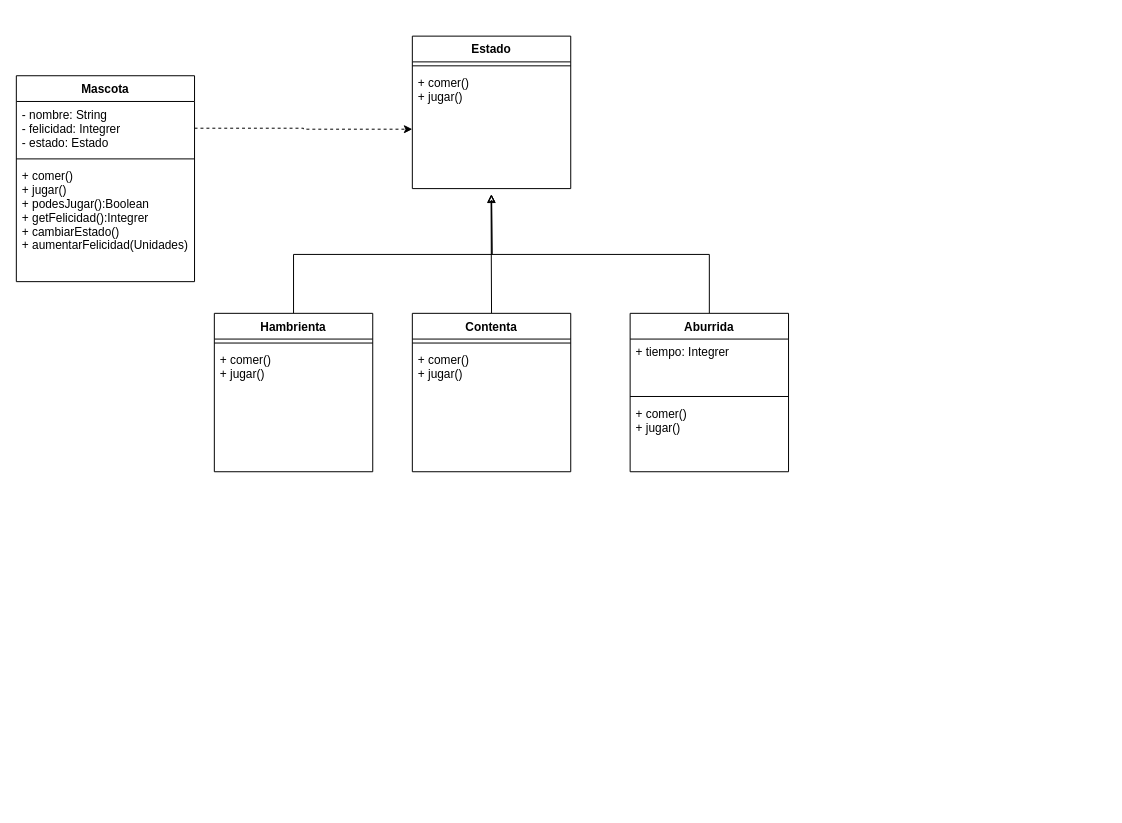
Ejercicios-Desarrollo/Tamagotchi keeps this draw.io diagram as Diagrama de Clases.drawio. Above is the earlier version. Source tidied: cells renumbered, new cells numbered last; positions are measured from the earlier drawing's top-left corner, leaving out a move shared by most shapes. Both pictures are drawn from the tidied source at 99%, with x=0, y=0 at pixel (16, 36).
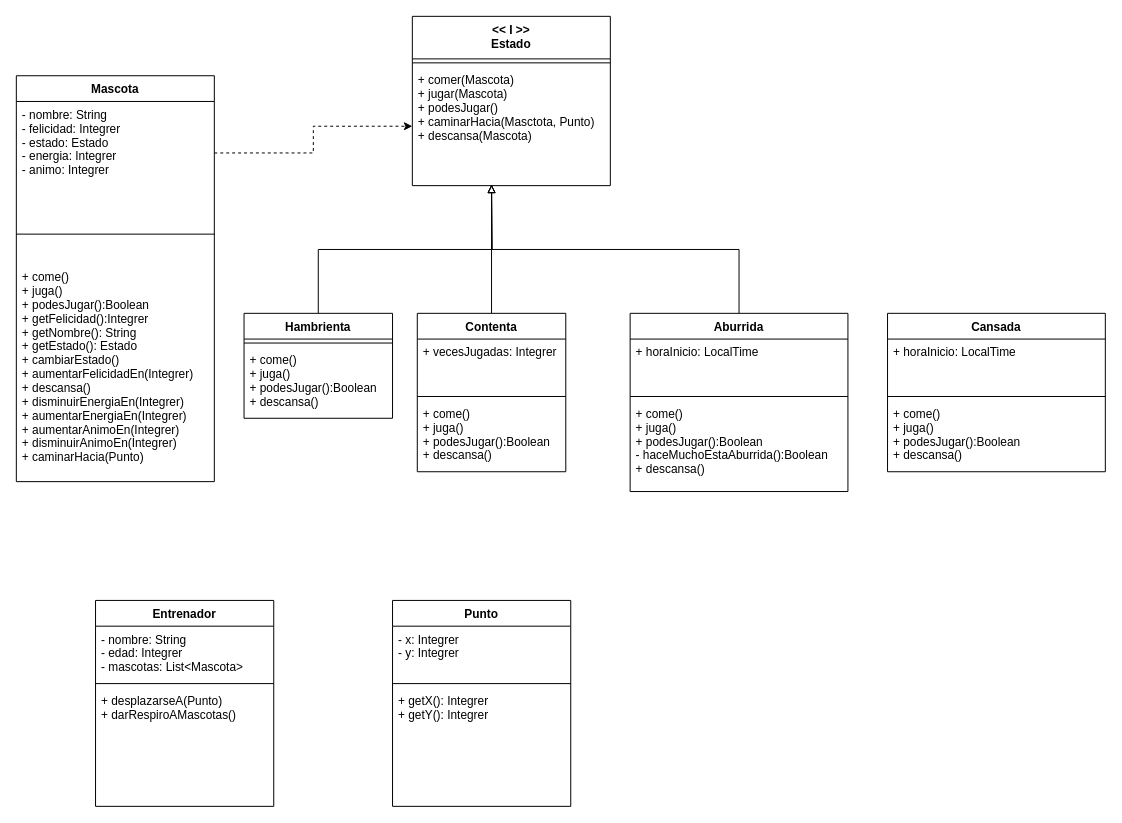
After the change.

The edit, as a diff of the source:
```diff
@@
     <mxCell id="3" value="Mascota" style="swimlane;fontStyle=1;align=center;verticalAlign=top;horizontal=1;startSize=26;" parent="1" vertex="1">
-      <mxGeometry y="40" width="180" height="208" as="geometry" />
+      <mxGeometry y="40" width="200" height="410" as="geometry" />
     </mxCell>
-    <mxCell id="4" value="- nombre: String&#10;- felicidad: Integrer&#10;- estado: Estado" style="text;strokeColor=none;fillColor=none;align=left;verticalAlign=top;spacingLeft=4;spacingRight=4;overflow=hidden;points=[[0,0.5],[1,0.5]];portConstraint=eastwest;" parent="3" vertex="1">
-      <mxGeometry y="26" width="180" height="54" as="geometry" />
+    <mxCell id="4" value="- nombre: String&#10;- felicidad: Integrer&#10;- estado: Estado&#10;- energia: Integrer&#10;- animo: Integrer" style="text;strokeColor=none;fillColor=none;align=left;verticalAlign=top;spacingLeft=4;spacingRight=4;overflow=hidden;points=[[0,0.5],[1,0.5]];portConstraint=eastwest;" parent="3" vertex="1">
+      <mxGeometry y="26" width="200" height="104" as="geometry" />
     </mxCell>
     <mxCell id="5" style="line;strokeWidth=1;fillColor=none;align=left;verticalAlign=middle;spacingTop=-1;spacingLeft=3;spacingRight=3;labelPosition=right;" parent="3" vertex="1">
-      <mxGeometry y="80" width="180" height="8" as="geometry" />
+      <mxGeometry y="130" width="200" height="60" as="geometry" />
     </mxCell>
-    <mxCell id="6" value="+ comer()&#10;+ jugar()&#10;+ podesJugar():Boolean&#10;+ getFelicidad():Integrer&#10;+ cambiarEstado()&#10;+ aumentarFelicidad(Unidades)" style="text;strokeColor=none;fillColor=none;align=left;verticalAlign=top;spacingLeft=4;spacingRight=4;overflow=hidden;" parent="3" vertex="1">
-      <mxGeometry y="88" width="180" height="120" as="geometry" />
+    <mxCell id="6" value="+ come()&#10;+ juga()&#10;+ podesJugar():Boolean&#10;+ getFelicidad():Integrer&#10;+ getNombre(): String&#10;+ getEstado(): Estado&#10;+ cambiarEstado()&#10;+ aumentarFelicidadEn(Integrer)&#10;+ descansa()&#10;+ disminuirEnergiaEn(Integrer)&#10;+ aumentarEnergiaEn(Integrer)&#10;+ aumentarAnimoEn(Integrer)&#10;+ disminuirAnimoEn(Integrer)&#10;+ caminarHacia(Punto)&#10;" style="text;strokeColor=none;fillColor=none;align=left;verticalAlign=top;spacingLeft=4;spacingRight=4;overflow=hidden;" parent="3" vertex="1">
+      <mxGeometry y="190" width="200" height="220" as="geometry" />
     </mxCell>
-    <mxCell id="7" value="Estado" style="swimlane;fontStyle=1;align=center;verticalAlign=top;horizontal=1;startSize=26;" parent="1" vertex="1">
-      <mxGeometry x="400" width="160" height="154" as="geometry" />
-    </mxCell>
-    <mxCell id="8" style="line;strokeWidth=1;fillColor=none;align=left;verticalAlign=middle;spacingTop=-1;spacingLeft=3;spacingRight=3;labelPosition=right;" parent="7" vertex="1">
-      <mxGeometry y="26" width="160" height="8" as="geometry" />
-    </mxCell>
-    <mxCell id="9" value="+ comer()&#10;+ jugar()" style="text;strokeColor=none;fillColor=none;align=left;verticalAlign=top;spacingLeft=4;spacingRight=4;overflow=hidden;points=[[0,0.5],[1,0.5]];portConstraint=eastwest;" parent="7" vertex="1">
-      <mxGeometry y="34" width="160" height="120" as="geometry" />
-    </mxCell>
-    <mxCell id="10" style="edgeStyle=orthogonalEdgeStyle;rounded=0;jettySize=auto;html=1;exitX=0.5;exitY=0;exitDx=0;exitDy=0;endArrow=block;endFill=0;" parent="1" edge="1" source="11">
-      <mxGeometry relative="1" as="geometry">
-        <mxPoint x="479.5" y="160" as="targetPoint" />
-      </mxGeometry>
-    </mxCell>
-    <mxCell id="11" value="Contenta" style="swimlane;fontStyle=1;align=center;verticalAlign=top;horizontal=1;startSize=26;" parent="1" vertex="1">
-      <mxGeometry x="400" y="280" width="160" height="160" as="geometry" />
-    </mxCell>
-    <mxCell id="12" style="line;strokeWidth=1;fillColor=none;align=left;verticalAlign=middle;spacingTop=-1;spacingLeft=3;spacingRight=3;labelPosition=right;" parent="11" vertex="1">
-      <mxGeometry y="26" width="160" height="8" as="geometry" />
-    </mxCell>
-    <mxCell id="13" value="+ comer()&#10;+ jugar()" style="text;strokeColor=none;fillColor=none;align=left;verticalAlign=top;spacingLeft=4;spacingRight=4;overflow=hidden;" parent="11" vertex="1">
-      <mxGeometry y="34" width="160" height="126" as="geometry" />
-    </mxCell>
-    <mxCell id="14" style="edgeStyle=orthogonalEdgeStyle;rounded=0;jettySize=auto;html=1;exitX=0.5;exitY=0;exitDx=0;exitDy=0;endArrow=classic;endFill=0;" parent="1" edge="1" source="15">
+    <mxCell id="14" style="edgeStyle=orthogonalEdgeStyle;rounded=0;jettySize=auto;html=1;endArrow=block;endFill=0;exitX=0.5;exitY=0;exitDx=0;exitDy=0;" parent="1" edge="1" source="15">
       <mxGeometry relative="1" as="geometry">
-        <mxPoint x="480" y="160" as="targetPoint" />
+        <mxPoint x="480" y="150" as="targetPoint" />
       </mxGeometry>
     </mxCell>
-    <mxCell id="15" value="Hambrienta" style="swimlane;fontStyle=1;align=center;verticalAlign=top;horizontal=1;startSize=26;" parent="1" vertex="1">
-      <mxGeometry x="200" y="280" width="160" height="160" as="geometry" />
-    </mxCell>
-    <mxCell id="16" style="line;strokeWidth=1;fillColor=none;align=left;verticalAlign=middle;spacingTop=-1;spacingLeft=3;spacingRight=3;labelPosition=right;" parent="15" vertex="1">
-      <mxGeometry y="26" width="160" height="8" as="geometry" />
-    </mxCell>
-    <mxCell id="17" value="+ comer()&#10;+ jugar()" style="text;strokeColor=none;fillColor=none;align=left;verticalAlign=top;spacingLeft=4;spacingRight=4;overflow=hidden;" parent="15" vertex="1">
-      <mxGeometry y="34" width="160" height="126" as="geometry" />
-    </mxCell>
-    <mxCell id="18" style="edgeStyle=orthogonalEdgeStyle;rounded=0;jettySize=auto;html=1;exitX=0.5;exitY=0;exitDx=0;exitDy=0;endArrow=classic;endFill=0;" parent="1" edge="1" source="19">
+    <mxCell id="18" style="edgeStyle=orthogonalEdgeStyle;rounded=0;jettySize=auto;html=1;exitX=0.5;exitY=0;exitDx=0;exitDy=0;endArrow=block;endFill=0;" parent="1" edge="1" source="19">
       <mxGeometry relative="1" as="geometry">
-        <mxPoint x="480" y="160" as="targetPoint" />
+        <mxPoint x="480" y="150" as="targetPoint" />
       </mxGeometry>
     </mxCell>
     <mxCell id="19" value="Aburrida" style="swimlane;fontStyle=1;align=center;verticalAlign=top;horizontal=1;startSize=26;" parent="1" vertex="1">
-      <mxGeometry x="620" y="280" width="160" height="160" as="geometry" />
+      <mxGeometry x="620" y="280" width="220" height="180" as="geometry" />
     </mxCell>
-    <mxCell id="20" value="+ tiempo: Integrer" style="text;strokeColor=none;fillColor=none;align=left;verticalAlign=top;spacingLeft=4;spacingRight=4;overflow=hidden;" parent="19" vertex="1">
-      <mxGeometry y="26" width="160" height="54" as="geometry" />
+    <mxCell id="20" value="+ horaInicio: LocalTime" style="text;strokeColor=none;fillColor=none;align=left;verticalAlign=top;spacingLeft=4;spacingRight=4;overflow=hidden;" parent="19" vertex="1">
+      <mxGeometry y="26" width="220" height="54" as="geometry" />
     </mxCell>
     <mxCell id="21" style="line;strokeWidth=1;fillColor=none;align=left;verticalAlign=middle;spacingTop=-1;spacingLeft=3;spacingRight=3;labelPosition=right;" parent="19" vertex="1">
-      <mxGeometry y="80" width="160" height="8" as="geometry" />
+      <mxGeometry y="80" width="220" height="8" as="geometry" />
     </mxCell>
-    <mxCell id="22" value="+ comer()&#10;+ jugar()" style="text;strokeColor=none;fillColor=none;align=left;verticalAlign=top;spacingLeft=4;spacingRight=4;overflow=hidden;" parent="19" vertex="1">
-      <mxGeometry y="88" width="160" height="72" as="geometry" />
+    <mxCell id="22" value="+ come()&#10;+ juga()&#10;+ podesJugar():Boolean&#10;- haceMuchoEstaAburrida():Boolean&#10;+ descansa()" style="text;strokeColor=none;fillColor=none;align=left;verticalAlign=top;spacingLeft=4;spacingRight=4;overflow=hidden;" parent="19" vertex="1">
+      <mxGeometry y="88" width="220" height="92" as="geometry" />
     </mxCell>
+    <mxCell id="23" value="Entrenador" style="swimlane;fontStyle=1;align=center;verticalAlign=top;horizontal=1;startSize=26;" parent="1" vertex="1">
+      <mxGeometry x="80" y="570" width="180" height="208" as="geometry" />
+    </mxCell>
+    <mxCell id="24" value="- nombre: String&#10;- edad: Integrer&#10;- mascotas: List&lt;Mascota&gt;" style="text;strokeColor=none;fillColor=none;align=left;verticalAlign=top;spacingLeft=4;spacingRight=4;overflow=hidden;" parent="23" vertex="1">
+      <mxGeometry y="26" width="180" height="54" as="geometry" />
+    </mxCell>
+    <mxCell id="25" style="line;strokeWidth=1;fillColor=none;align=left;verticalAlign=middle;spacingTop=-1;spacingLeft=3;spacingRight=3;labelPosition=right;" parent="23" vertex="1">
+      <mxGeometry y="80" width="180" height="8" as="geometry" />
+    </mxCell>
+    <mxCell id="26" value="+ desplazarseA(Punto)&#10;+ darRespiroAMascotas()" style="text;strokeColor=none;fillColor=none;align=left;verticalAlign=top;spacingLeft=4;spacingRight=4;overflow=hidden;" parent="23" vertex="1">
+      <mxGeometry y="88" width="180" height="120" as="geometry" />
+    </mxCell>
+    <mxCell id="27" value="Punto" style="swimlane;fontStyle=1;align=center;verticalAlign=top;horizontal=1;startSize=26;" parent="1" vertex="1">
+      <mxGeometry x="380" y="570" width="180" height="208" as="geometry" />
+    </mxCell>
+    <mxCell id="28" value="- x: Integrer&#10;- y: Integrer" style="text;strokeColor=none;fillColor=none;align=left;verticalAlign=top;spacingLeft=4;spacingRight=4;overflow=hidden;" parent="27" vertex="1">
+      <mxGeometry y="26" width="180" height="54" as="geometry" />
+    </mxCell>
+    <mxCell id="29" style="line;strokeWidth=1;fillColor=none;align=left;verticalAlign=middle;spacingTop=-1;spacingLeft=3;spacingRight=3;labelPosition=right;" parent="27" vertex="1">
+      <mxGeometry y="80" width="180" height="8" as="geometry" />
+    </mxCell>
+    <mxCell id="30" value="+ getX(): Integrer&#10;+ getY(): Integrer" style="text;strokeColor=none;fillColor=none;align=left;verticalAlign=top;spacingLeft=4;spacingRight=4;overflow=hidden;" parent="27" vertex="1">
+      <mxGeometry y="88" width="180" height="120" as="geometry" />
+    </mxCell>
+    <mxCell id="7" value="&lt;&lt; I &gt;&gt;&#10;Estado" style="swimlane;fontStyle=1;align=center;verticalAlign=top;horizontal=1;startSize=43;" parent="1" vertex="1">
+      <mxGeometry x="400" y="-20" width="200" height="171" as="geometry" />
+    </mxCell>
+    <mxCell id="8" style="line;strokeWidth=1;fillColor=none;align=left;verticalAlign=middle;spacingTop=-1;spacingLeft=3;spacingRight=3;labelPosition=right;" parent="7" vertex="1">
+      <mxGeometry y="43" width="200" height="8" as="geometry" />
+    </mxCell>
+    <mxCell id="9" value="+ comer(Mascota)&#10;+ jugar(Mascota)&#10;+ podesJugar()&#10;+ caminarHacia(Masctota, Punto)&#10;+ descansa(Mascota)" style="text;strokeColor=none;fillColor=none;align=left;verticalAlign=top;spacingLeft=4;spacingRight=4;overflow=hidden;points=[[0,0.5],[1,0.5]];portConstraint=eastwest;" parent="7" vertex="1">
+      <mxGeometry y="51" width="200" height="120" as="geometry" />
+    </mxCell>
+    <mxCell id="31" style="edgeStyle=orthogonalEdgeStyle;rounded=0;jettySize=auto;html=1;exitX=0.5;exitY=0;exitDx=0;exitDy=0;endArrow=block;endFill=0;" parent="1" edge="1" source="11">
+      <mxGeometry relative="1" as="geometry">
+        <mxPoint x="480" y="150" as="targetPoint" />
+      </mxGeometry>
+    </mxCell>
+    <mxCell id="11" value="Contenta" style="swimlane;fontStyle=1;align=center;verticalAlign=top;horizontal=1;startSize=26;" parent="1" vertex="1">
+      <mxGeometry x="405" y="280" width="150" height="160" as="geometry" />
+    </mxCell>
+    <mxCell id="32" value="+ vecesJugadas: Integrer" style="text;strokeColor=none;fillColor=none;align=left;verticalAlign=top;spacingLeft=4;spacingRight=4;overflow=hidden;" parent="11" vertex="1">
+      <mxGeometry y="26" width="150" height="54" as="geometry" />
+    </mxCell>
+    <mxCell id="33" style="line;strokeWidth=1;fillColor=none;align=left;verticalAlign=middle;spacingTop=-1;spacingLeft=3;spacingRight=3;labelPosition=right;" parent="11" vertex="1">
+      <mxGeometry y="80" width="150" height="8" as="geometry" />
+    </mxCell>
+    <mxCell id="34" value="+ come()&#10;+ juga()&#10;+ podesJugar():Boolean&#10;+ descansa()" style="text;strokeColor=none;fillColor=none;align=left;verticalAlign=top;spacingLeft=4;spacingRight=4;overflow=hidden;" parent="11" vertex="1">
+      <mxGeometry y="88" width="150" height="72" as="geometry" />
+    </mxCell>
+    <mxCell id="15" value="Hambrienta" style="swimlane;fontStyle=1;align=center;verticalAlign=top;horizontal=1;startSize=26;" parent="1" vertex="1">
+      <mxGeometry x="230" y="280" width="150" height="106" as="geometry" />
+    </mxCell>
+    <mxCell id="35" style="line;strokeWidth=1;fillColor=none;align=left;verticalAlign=middle;spacingTop=-1;spacingLeft=3;spacingRight=3;labelPosition=right;" parent="15" vertex="1">
+      <mxGeometry y="26" width="150" height="8" as="geometry" />
+    </mxCell>
+    <mxCell id="36" value="+ come()&#10;+ juga()&#10;+ podesJugar():Boolean&#10;+ descansa()" style="text;strokeColor=none;fillColor=none;align=left;verticalAlign=top;spacingLeft=4;spacingRight=4;overflow=hidden;" parent="15" vertex="1">
+      <mxGeometry y="34" width="150" height="72" as="geometry" />
+    </mxCell>
+    <mxCell id="37" value="Cansada" style="swimlane;fontStyle=1;align=center;verticalAlign=top;horizontal=1;startSize=26;" parent="1" vertex="1">
+      <mxGeometry x="880" y="280" width="220" height="160" as="geometry" />
+    </mxCell>
+    <mxCell id="38" value="+ horaInicio: LocalTime" style="text;strokeColor=none;fillColor=none;align=left;verticalAlign=top;spacingLeft=4;spacingRight=4;overflow=hidden;" parent="37" vertex="1">
+      <mxGeometry y="26" width="220" height="54" as="geometry" />
+    </mxCell>
+    <mxCell id="39" style="line;strokeWidth=1;fillColor=none;align=left;verticalAlign=middle;spacingTop=-1;spacingLeft=3;spacingRight=3;labelPosition=right;" parent="37" vertex="1">
+      <mxGeometry y="80" width="220" height="8" as="geometry" />
+    </mxCell>
+    <mxCell id="40" value="+ come()&#10;+ juga()&#10;+ podesJugar():Boolean&#10;+ descansa()" style="text;strokeColor=none;fillColor=none;align=left;verticalAlign=top;spacingLeft=4;spacingRight=4;overflow=hidden;" parent="37" vertex="1">
+      <mxGeometry y="88" width="220" height="72" as="geometry" />
+    </mxCell>
```
